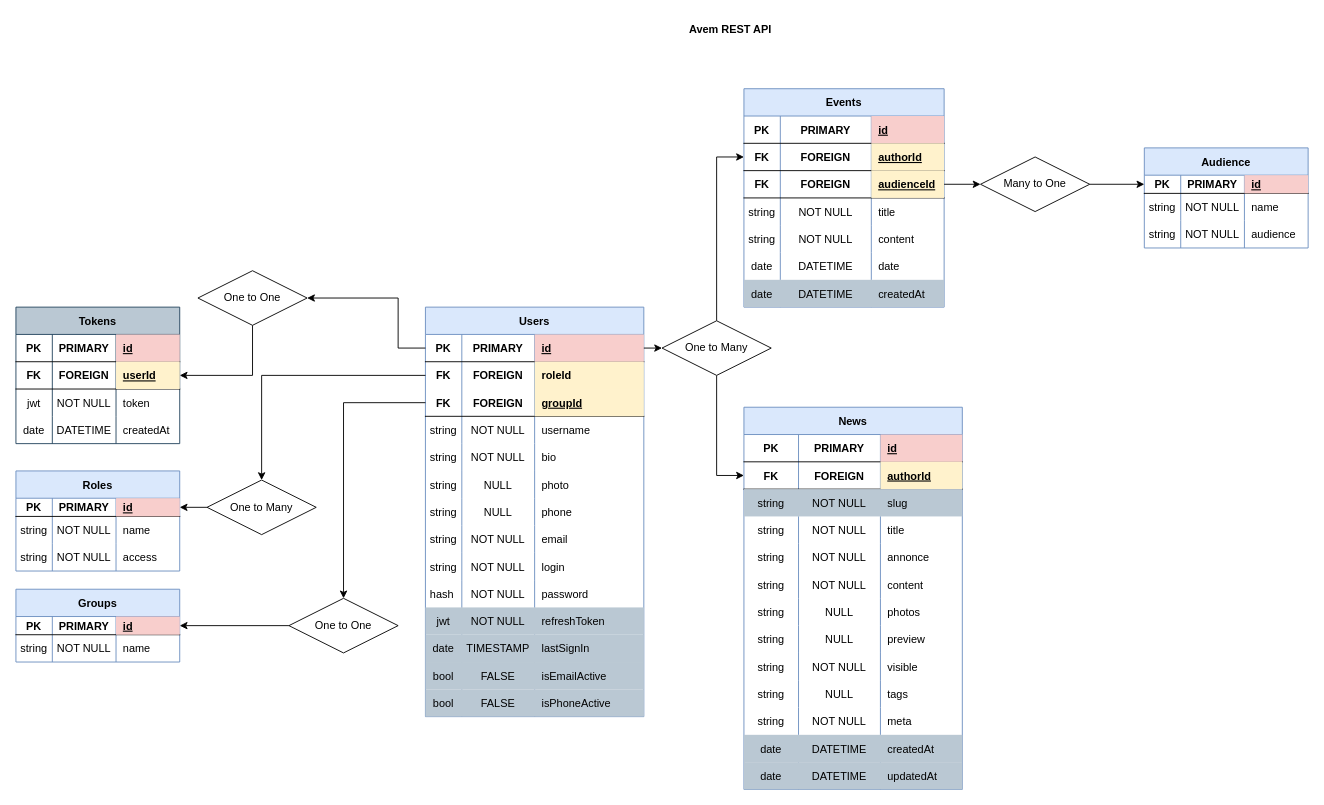
Earlier version of the draw.io diagram Untitled Diagram.drawio (BawNer/avem-server). Source tidied: cells renumbered, new cells numbered last; positions are measured from the earlier drawing's top-left corner, leaving out a move shared by most shapes. Both pictures are drawn from the tidied source at 91%, with x=0, y=0 at pixel (15, 15).
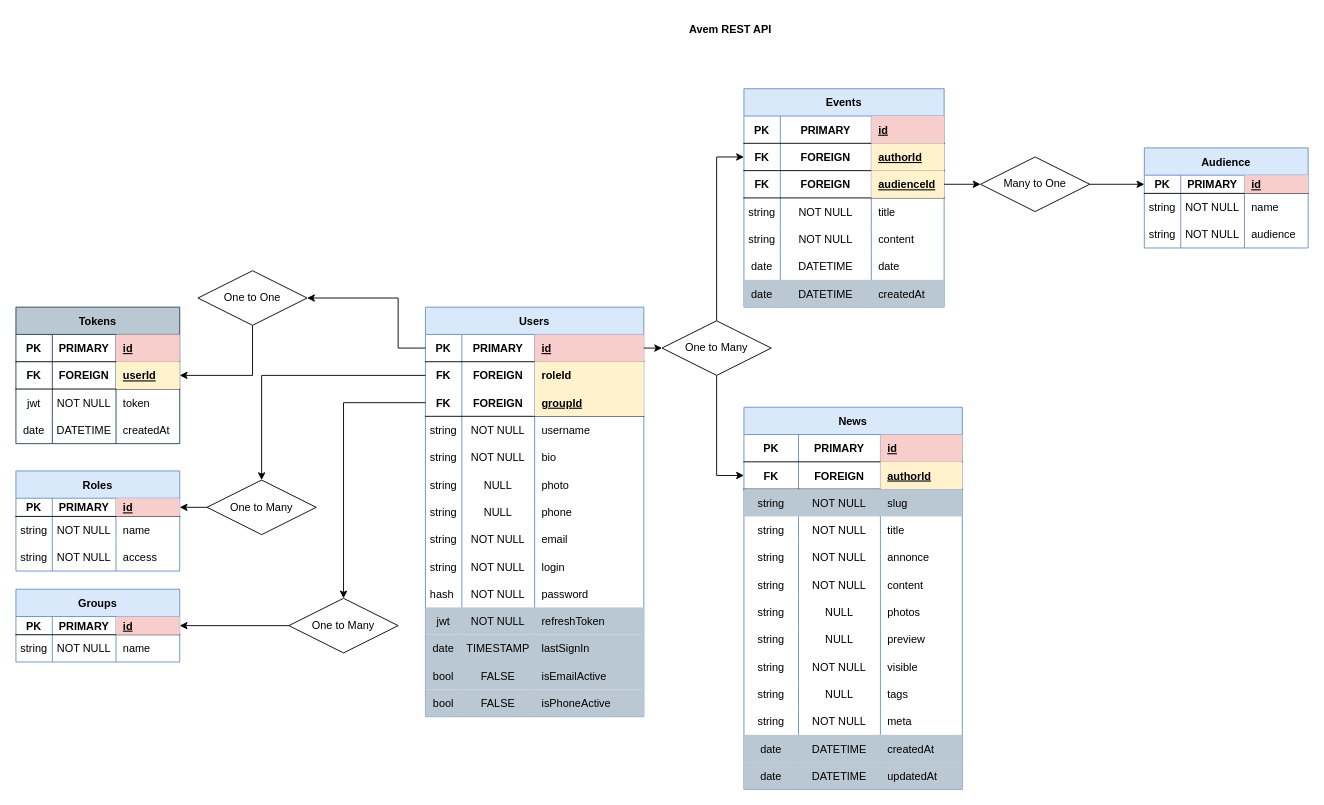
Above is the later version.

Change to the diagram source:
```diff
@@
-    <mxCell id="190" value="One to One" style="shape=rhombus;perimeter=rhombusPerimeter;whiteSpace=wrap;html=1;align=center;" parent="1" vertex="1">
+    <mxCell id="190" value="One to Many" style="shape=rhombus;perimeter=rhombusPerimeter;whiteSpace=wrap;html=1;align=center;" parent="1" vertex="1">
       <mxGeometry x="300" y="640" width="120" height="60" as="geometry" />
     </mxCell>
```
